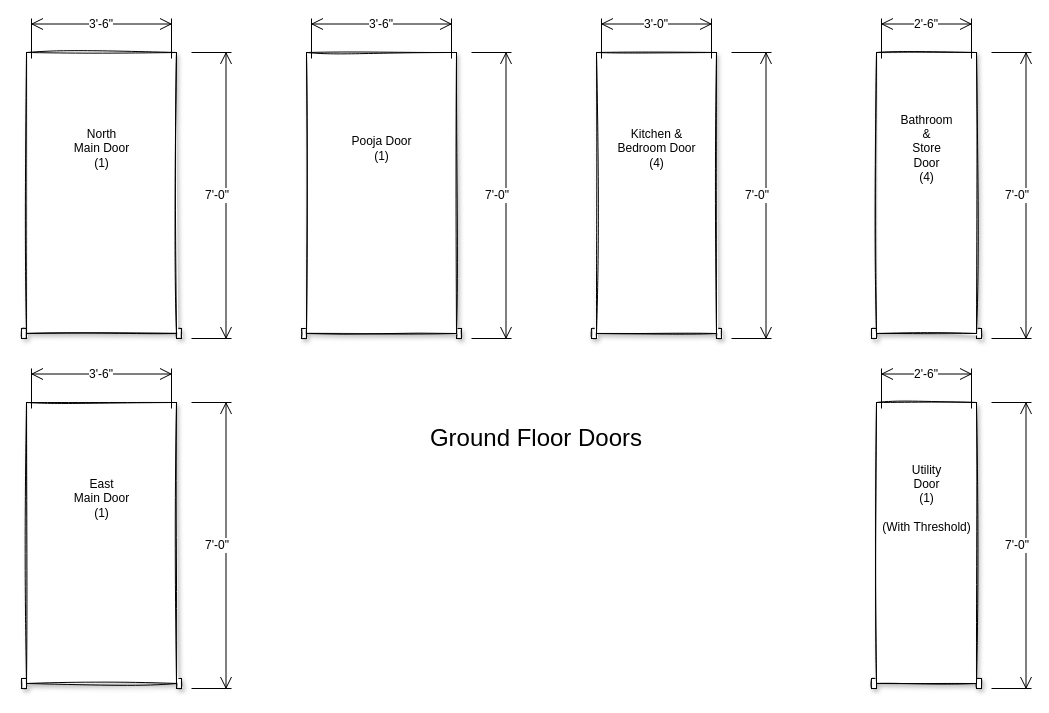
Earlier version of the draw.io diagram page "GF Doors" (1 of 4) of Doors_Windows.drawio (gudiseva/arvind). Source tidied: cells renumbered, new cells numbered last; positions are measured from the earlier drawing's top-left corner, leaving out a move shared by most shapes. Both pictures are drawn from the tidied source at 100%, with x=0, y=0 at pixel (21, 18).
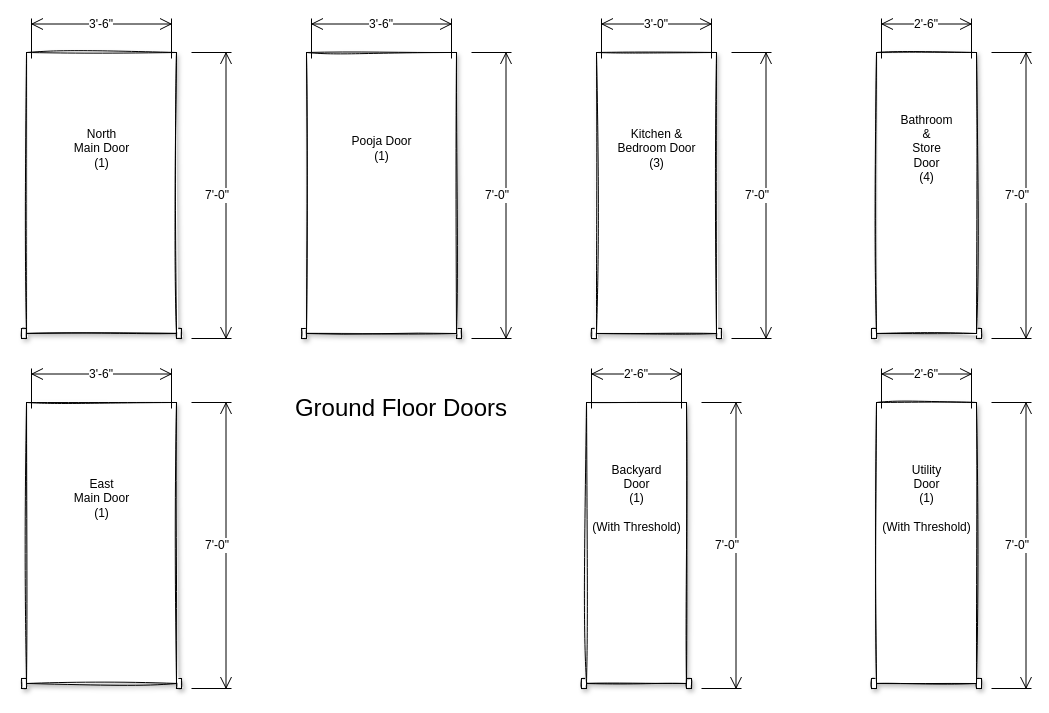
The same diagram, later.

Change to the diagram source:
```diff
@@
-    <mxCell id="13" value="Kitchen &amp;amp;&lt;br&gt;Bedroom Door&lt;br&gt;(4)" style="text;html=1;align=center;verticalAlign=middle;fillColor=none;strokeColor=none;rounded=0;shadow=1;sketch=1;" parent="1" vertex="1">
-      <mxGeometry x="590" y="105" width="90" height="50" as="geometry" />
+    <mxCell id="13" value="Kitchen &amp;amp;&lt;br&gt;Bedroom Door&lt;br&gt;(3)" style="text;html=1;align=center;verticalAlign=middle;fillColor=none;strokeColor=none;rounded=0;shadow=1;sketch=1;" parent="1" vertex="1">
+      <mxGeometry x="585" y="100" width="100" height="60" as="geometry" />
     </mxCell>
@@
     <mxCell id="26" value="&lt;font style=&quot;font-size: 24px&quot;&gt;Ground Floor Doors&lt;/font&gt;" style="text;html=1;strokeColor=none;fillColor=none;align=center;verticalAlign=middle;whiteSpace=wrap;rounded=0;" parent="1" vertex="1">
-      <mxGeometry x="380" y="390" width="270" height="60" as="geometry" />
+      <mxGeometry x="245" y="360" width="270" height="60" as="geometry" />
     </mxCell>
+    <mxCell id="27" style="verticalLabelPosition=bottom;html=1;verticalAlign=top;align=center;shape=mxgraph.floorplan.doorOverhead;gradientColor=none;shadow=1;sketch=1;" parent="1" vertex="1">
+      <mxGeometry x="560" y="384" width="110" height="286" as="geometry" />
+    </mxCell>
+    <mxCell id="28" value="2'-6&quot;" style="shape=dimension;direction=west;whiteSpace=wrap;html=1;align=center;verticalAlign=top;spacingTop=-8;labelBackgroundColor=#ffffff;" parent="1" vertex="1">
+      <mxGeometry x="570" y="350" width="90" height="40" as="geometry" />
+    </mxCell>
+    <mxCell id="29" value="7'-0&quot;" style="shape=dimension;direction=north;whiteSpace=wrap;html=1;align=right;verticalAlign=middle;labelBackgroundColor=#ffffff;shadow=0;sketch=0;gradientColor=none;" parent="1" vertex="1">
+      <mxGeometry x="680" y="384" width="40" height="286" as="geometry" />
+    </mxCell>
+    <mxCell id="30" value="Backyard&lt;br&gt;Door&lt;br&gt;(1)&lt;br&gt;&lt;br&gt;(With Threshold)" style="text;html=1;align=center;verticalAlign=middle;fillColor=none;strokeColor=none;rounded=0;shadow=1;sketch=1;" parent="1" vertex="1">
+      <mxGeometry x="560" y="435" width="110" height="90" as="geometry" />
+    </mxCell>
```
